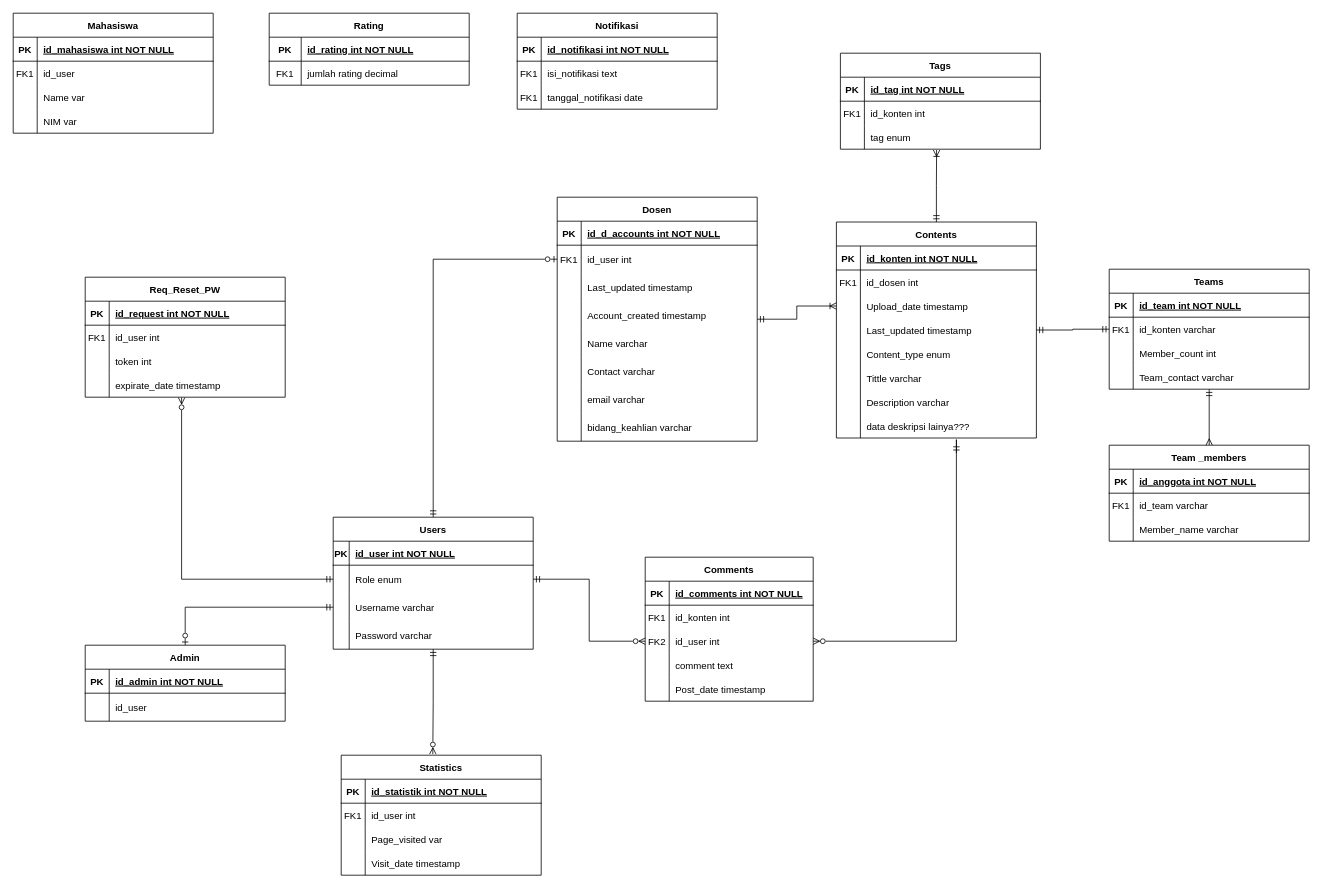
Iknip26/PAD_portofolio_TA keeps this draw.io diagram as Untitled Diagram.drawio. Above is the earlier version. Source tidied: cells renumbered, new cells numbered last; positions are measured from the earlier drawing's top-left corner, leaving out a move shared by most shapes. Both pictures are drawn from the tidied source at 80%, with x=0, y=0 at pixel (13, 13).
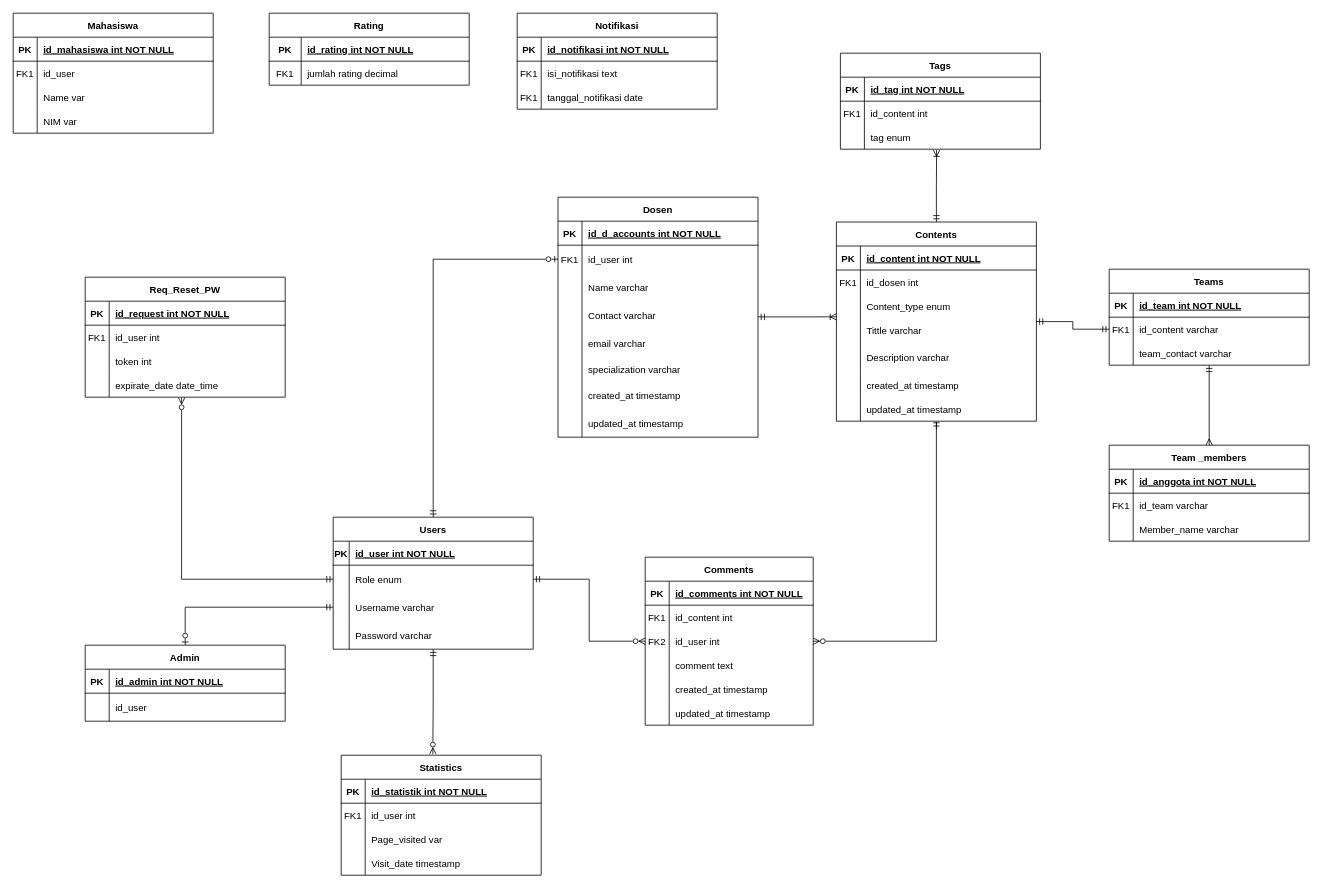
The same page after the edit.

The change refers to these unchanged cells:
```xml
<mxCell id="5" style="shape=partialRectangle;fillColor=none;top=0;left=0;right=0;bottom=1;" parent="4" vertex="1">
  <mxGeometry y="30" width="250" height="30" as="geometry" />
</mxCell>
<mxCell id="34" style="shape=partialRectangle;fillColor=none;top=0;left=0;right=0;bottom=0;" parent="30" vertex="1">
  <mxGeometry y="60" width="210" height="30" as="geometry" />
</mxCell>
<mxCell id="37" style="shape=partialRectangle;fillColor=none;points=[[0,0.5],[1,0.5]];portConstraint=eastwest;top=0;left=0;right=0;bottom=0;" parent="30" vertex="1">
  <mxGeometry y="90" width="210" height="30" as="geometry" />
</mxCell>
<mxCell id="43" style="shape=partialRectangle;fillColor=none;top=0;left=0;right=0;bottom=0;" parent="30" vertex="1">
  <mxGeometry y="150" width="210" height="30" as="geometry" />
</mxCell>
<mxCell id="74" style="shape=partialRectangle;fillColor=none;points=[[0,0.5],[1,0.5]];portConstraint=eastwest;top=0;left=0;right=0;bottom=0;" parent="70" vertex="1">
  <mxGeometry y="60" width="250" height="30" as="geometry" />
</mxCell>
<mxCell id="126" style="shape=partialRectangle;fillColor=none;points=[[0,0.5],[1,0.5]];portConstraint=eastwest;top=0;left=0;right=0;bottom=0;" parent="116" vertex="1">
  <mxGeometry y="120" width="250" height="30" as="geometry" />
</mxCell>
<mxCell id="166" style="shape=partialRectangle;fillColor=none;top=0;left=0;right=0;bottom=0;" parent="162" vertex="1">
  <mxGeometry y="60" width="250" height="30" as="geometry" />
</mxCell>
```

What changed in the source:
```diff
@@
     <mxCell id="4" value="Contents" style="shape=table;startSize=30;childLayout=tableLayout;rowLines=0;fontStyle=1;align=center;" parent="1" vertex="1">
-      <mxGeometry x="1029" y="261" width="250" height="270" as="geometry" />
+      <mxGeometry x="1029" y="261" width="250" height="249" as="geometry" />
     </mxCell>
@@
-    <mxCell id="7" value="id_konten int NOT NULL " style="shape=partialRectangle;overflow=hidden;fillColor=none;top=0;left=0;bottom=0;right=0;align=left;spacingLeft=6;fontStyle=5;" parent="5" vertex="1">
+    <mxCell id="7" value="id_content int NOT NULL " style="shape=partialRectangle;overflow=hidden;fillColor=none;top=0;left=0;bottom=0;right=0;align=left;spacingLeft=6;fontStyle=5;" parent="5" vertex="1">
       <mxGeometry x="30" width="220" height="30" as="geometry" />
     </mxCell>
@@
-    <mxCell id="11" style="shape=partialRectangle;fillColor=none;points=[[0,0.5],[1,0.5]];portConstraint=eastwest;top=0;left=0;right=0;bottom=0;" parent="4" vertex="1">
-      <mxGeometry y="90" width="250" height="30" as="geometry" />
-    </mxCell>
-    <mxCell id="12" style="shape=partialRectangle;overflow=hidden;fillColor=none;top=0;left=0;bottom=0;right=0;" parent="11" vertex="1">
-      <mxGeometry width="30" height="30" as="geometry" />
-    </mxCell>
-    <mxCell id="13" value="Upload_date timestamp" style="shape=partialRectangle;overflow=hidden;fillColor=none;top=0;left=0;bottom=0;right=0;align=left;spacingLeft=6;" parent="11" vertex="1">
-      <mxGeometry x="30" width="220" height="30" as="geometry" />
-    </mxCell>
-    <mxCell id="14" style="shape=partialRectangle;fillColor=none;top=0;left=0;right=0;bottom=0;" parent="4" vertex="1">
-      <mxGeometry y="120" width="250" height="30" as="geometry" />
-    </mxCell>
-    <mxCell id="15" style="shape=partialRectangle;overflow=hidden;fillColor=none;top=0;left=0;bottom=0;right=0;" parent="14" vertex="1">
-      <mxGeometry width="30" height="30" as="geometry" />
-    </mxCell>
-    <mxCell id="16" value="Last_updated timestamp" style="shape=partialRectangle;overflow=hidden;fillColor=none;top=0;left=0;bottom=0;right=0;align=left;spacingLeft=6;" parent="14" vertex="1">
-      <mxGeometry x="30" width="220" height="30" as="geometry" />
-    </mxCell>
     <mxCell id="17" style="shape=partialRectangle;fillColor=none;points=[[0,0.5],[1,0.5]];portConstraint=eastwest;top=0;left=0;right=0;bottom=0;" parent="4" vertex="1">
-      <mxGeometry y="150" width="250" height="30" as="geometry" />
+      <mxGeometry y="90" width="250" height="30" as="geometry" />
     </mxCell>
@@
     <mxCell id="20" style="shape=partialRectangle;fillColor=none;top=0;left=0;right=0;bottom=0;" parent="4" vertex="1">
-      <mxGeometry y="180" width="250" height="30" as="geometry" />
+      <mxGeometry y="120" width="250" height="30" as="geometry" />
     </mxCell>
@@
     <mxCell id="23" style="shape=partialRectangle;fillColor=none;top=0;left=0;right=0;bottom=0;" parent="4" vertex="1">
-      <mxGeometry y="210" width="250" height="30" as="geometry" />
+      <mxGeometry y="150" width="250" height="39" as="geometry" />
     </mxCell>
     <mxCell id="24" style="shape=partialRectangle;overflow=hidden;fillColor=none;top=0;left=0;bottom=0;right=0;" parent="23" vertex="1">
-      <mxGeometry width="30" height="30" as="geometry" />
+      <mxGeometry width="30" height="39" as="geometry" />
     </mxCell>
     <mxCell id="25" value="Description varchar" style="shape=partialRectangle;overflow=hidden;fillColor=none;top=0;left=0;bottom=0;right=0;align=left;spacingLeft=6;" parent="23" vertex="1">
-      <mxGeometry x="30" width="220" height="30" as="geometry" />
+      <mxGeometry x="30" width="220" height="39" as="geometry" />
     </mxCell>
-    <mxCell id="26" style="shape=partialRectangle;fillColor=none;top=0;left=0;right=0;bottom=0;" parent="4" vertex="1">
-      <mxGeometry y="240" width="250" height="30" as="geometry" />
-    </mxCell>
-    <mxCell id="27" style="shape=partialRectangle;overflow=hidden;fillColor=none;top=0;left=0;bottom=0;right=0;" parent="26" vertex="1">
-      <mxGeometry width="30" height="30" as="geometry" />
-    </mxCell>
-    <mxCell id="28" value="data deskripsi lainya???" style="shape=partialRectangle;overflow=hidden;fillColor=none;top=0;left=0;bottom=0;right=0;align=left;spacingLeft=6;" parent="26" vertex="1">
-      <mxGeometry x="30" width="220" height="30" as="geometry" />
-    </mxCell>
+    <mxCell id="11" style="shape=partialRectangle;fillColor=none;points=[[0,0.5],[1,0.5]];portConstraint=eastwest;top=0;left=0;right=0;bottom=0;" parent="4" vertex="1">
+      <mxGeometry y="189" width="250" height="30" as="geometry" />
+    </mxCell>
+    <mxCell id="12" style="shape=partialRectangle;overflow=hidden;fillColor=none;top=0;left=0;bottom=0;right=0;" parent="11" vertex="1">
+      <mxGeometry width="30" height="30" as="geometry" />
+    </mxCell>
+    <mxCell id="13" value="created_at timestamp" style="shape=partialRectangle;overflow=hidden;fillColor=none;top=0;left=0;bottom=0;right=0;align=left;spacingLeft=6;" parent="11" vertex="1">
+      <mxGeometry x="30" width="220" height="30" as="geometry" />
+    </mxCell>
+    <mxCell id="14" style="shape=partialRectangle;fillColor=none;top=0;left=0;right=0;bottom=0;" parent="4" vertex="1">
+      <mxGeometry y="219" width="250" height="30" as="geometry" />
+    </mxCell>
+    <mxCell id="15" style="shape=partialRectangle;overflow=hidden;fillColor=none;top=0;left=0;bottom=0;right=0;" parent="14" vertex="1">
+      <mxGeometry width="30" height="30" as="geometry" />
+    </mxCell>
+    <mxCell id="16" value="updated_at timestamp" style="shape=partialRectangle;overflow=hidden;fillColor=none;top=0;left=0;bottom=0;right=0;align=left;spacingLeft=6;" parent="14" vertex="1">
+      <mxGeometry x="30" width="220" height="30" as="geometry" />
+    </mxCell>
     <mxCell id="29" style="edgeStyle=orthogonalEdgeStyle;rounded=0;jettySize=auto;html=1;exitX=1;exitY=0.5;exitDx=0;exitDy=0;startArrow=ERzeroToMany;startFill=0;endArrow=ERmandOne;endFill=0;" parent="1" edge="1" source="37">
       <mxGeometry relative="1" as="geometry">
-        <mxPoint x="1179" y="550" as="targetPoint" />
+        <mxPoint x="1154" y="520" as="targetPoint" />
         <Array as="points">
-          <mxPoint x="1179" y="785" />
-          <mxPoint x="1179" y="533" />
+          <mxPoint x="1154" y="785" />
+          <mxPoint x="1154" y="511" />
         </Array>
       </mxGeometry>
     </mxCell>
     <mxCell id="30" value="Comments" style="shape=table;startSize=30;childLayout=tableLayout;rowLines=0;fontStyle=1;align=center;" parent="1" vertex="1">
-      <mxGeometry x="790" y="680" width="210" height="180" as="geometry" />
+      <mxGeometry x="790" y="680" width="210" height="210" as="geometry" />
     </mxCell>
@@
-    <mxCell id="36" value="id_konten int" style="shape=partialRectangle;overflow=hidden;fillColor=none;top=0;left=0;bottom=0;right=0;align=left;spacingLeft=6;" parent="34" vertex="1">
+    <mxCell id="36" value="id_content int" style="shape=partialRectangle;overflow=hidden;fillColor=none;top=0;left=0;bottom=0;right=0;align=left;spacingLeft=6;" parent="34" vertex="1">
       <mxGeometry x="30" width="180" height="30" as="geometry" />
     </mxCell>
@@
-    <mxCell id="45" value="Post_date timestamp" style="shape=partialRectangle;overflow=hidden;fillColor=none;top=0;left=0;bottom=0;right=0;align=left;spacingLeft=6;" parent="43" vertex="1">
+    <mxCell id="45" value="created_at timestamp" style="shape=partialRectangle;overflow=hidden;fillColor=none;top=0;left=0;bottom=0;right=0;align=left;spacingLeft=6;" parent="43" vertex="1">
       <mxGeometry x="30" width="180" height="30" as="geometry" />
     </mxCell>
+    <mxCell id="187" style="shape=partialRectangle;fillColor=none;top=0;left=0;right=0;bottom=0;" parent="30" vertex="1">
+      <mxGeometry y="180" width="210" height="30" as="geometry" />
+    </mxCell>
+    <mxCell id="188" style="shape=partialRectangle;overflow=hidden;fillColor=none;top=0;left=0;bottom=0;right=0;" parent="187" vertex="1">
+      <mxGeometry width="30" height="30" as="geometry" />
+    </mxCell>
+    <mxCell id="189" value="updated_at timestamp" style="shape=partialRectangle;overflow=hidden;fillColor=none;top=0;left=0;bottom=0;right=0;align=left;spacingLeft=6;" parent="187" vertex="1">
+      <mxGeometry x="30" width="180" height="30" as="geometry" />
+    </mxCell>
@@
     <mxCell id="70" value="Teams" style="shape=table;startSize=30;childLayout=tableLayout;rowLines=0;fontStyle=1;align=center;" parent="1" vertex="1">
-      <mxGeometry x="1370" y="320" width="250" height="150" as="geometry" />
+      <mxGeometry x="1370" y="320" width="250" height="120" as="geometry" />
     </mxCell>
@@
-    <mxCell id="76" value="id_konten varchar" style="shape=partialRectangle;overflow=hidden;fillColor=none;top=0;left=0;bottom=0;right=0;align=left;spacingLeft=6;" parent="74" vertex="1">
+    <mxCell id="76" value="id_content varchar" style="shape=partialRectangle;overflow=hidden;fillColor=none;top=0;left=0;bottom=0;right=0;align=left;spacingLeft=6;" parent="74" vertex="1">
       <mxGeometry x="30" width="220" height="30" as="geometry" />
     </mxCell>
-    <mxCell id="77" style="shape=partialRectangle;fillColor=none;top=0;left=0;right=0;bottom=0;" parent="70" vertex="1">
-      <mxGeometry y="90" width="250" height="30" as="geometry" />
-    </mxCell>
-    <mxCell id="78" style="shape=partialRectangle;overflow=hidden;fillColor=none;top=0;left=0;bottom=0;right=0;" parent="77" vertex="1">
-      <mxGeometry width="30" height="30" as="geometry" />
-    </mxCell>
-    <mxCell id="79" value="Member_count int" style="shape=partialRectangle;overflow=hidden;fillColor=none;top=0;left=0;bottom=0;right=0;align=left;spacingLeft=6;" parent="77" vertex="1">
-      <mxGeometry x="30" width="220" height="30" as="geometry" />
-    </mxCell>
     <mxCell id="80" style="shape=partialRectangle;fillColor=none;top=0;left=0;right=0;bottom=0;" parent="70" vertex="1">
-      <mxGeometry y="120" width="250" height="30" as="geometry" />
+      <mxGeometry y="90" width="250" height="30" as="geometry" />
     </mxCell>
@@
-    <mxCell id="82" value="Team_contact varchar" style="shape=partialRectangle;overflow=hidden;fillColor=none;top=0;left=0;bottom=0;right=0;align=left;spacingLeft=6;" parent="80" vertex="1">
+    <mxCell id="82" value="team_contact varchar" style="shape=partialRectangle;overflow=hidden;fillColor=none;top=0;left=0;bottom=0;right=0;align=left;spacingLeft=6;" parent="80" vertex="1">
       <mxGeometry x="30" width="220" height="30" as="geometry" />
     </mxCell>
@@
-    <mxCell id="128" value="expirate_date timestamp" style="shape=partialRectangle;overflow=hidden;fillColor=none;top=0;left=0;bottom=0;right=0;align=left;spacingLeft=6;" parent="126" vertex="1">
+    <mxCell id="128" value="expirate_date date_time" style="shape=partialRectangle;overflow=hidden;fillColor=none;top=0;left=0;bottom=0;right=0;align=left;spacingLeft=6;" parent="126" vertex="1">
       <mxGeometry x="30" width="220" height="30" as="geometry" />
     </mxCell>
-    <mxCell id="129" style="edgeStyle=orthogonalEdgeStyle;rounded=0;jettySize=auto;html=1;entryX=0;entryY=0.5;entryDx=0;entryDy=0;endArrow=ERoneToMany;endFill=0;startArrow=ERmandOne;startFill=0;" parent="1" edge="1" source="130" target="11">
-      <mxGeometry relative="1" as="geometry" />
+    <mxCell id="129" style="edgeStyle=orthogonalEdgeStyle;rounded=0;jettySize=auto;html=1;endArrow=ERoneToMany;endFill=0;startArrow=ERmandOne;startFill=0;entryX=0.001;entryY=0.952;entryDx=0;entryDy=0;entryPerimeter=0;" parent="1" edge="1" source="130" target="17">
+      <mxGeometry relative="1" as="geometry">
+        <Array as="points">
+          <mxPoint x="1000" y="380" />
+        </Array>
+      </mxGeometry>
     </mxCell>
     <mxCell id="130" value="Dosen" style="shape=table;startSize=30;childLayout=tableLayout;rowLines=0;fontStyle=1;align=center;" parent="1" vertex="1">
-      <mxGeometry x="680" y="230" width="250" height="305" as="geometry" />
+      <mxGeometry x="681" y="230" width="250" height="300" as="geometry" />
     </mxCell>
@@
-    <mxCell id="137" style="shape=partialRectangle;fillColor=none;top=0;left=0;right=0;bottom=0;" parent="130" vertex="1">
-      <mxGeometry y="95" width="250" height="35" as="geometry" />
-    </mxCell>
-    <mxCell id="138" style="shape=partialRectangle;overflow=hidden;fillColor=none;top=0;left=0;bottom=0;right=0;" parent="137" vertex="1">
-      <mxGeometry width="30" height="35" as="geometry" />
-    </mxCell>
-    <mxCell id="139" value="Last_updated timestamp" style="shape=partialRectangle;overflow=hidden;fillColor=none;top=0;left=0;bottom=0;right=0;align=left;spacingLeft=6;" parent="137" vertex="1">
-      <mxGeometry x="30" width="220" height="35" as="geometry" />
-    </mxCell>
-    <mxCell id="140" style="shape=partialRectangle;fillColor=none;top=0;left=0;right=0;bottom=0;" parent="130" vertex="1">
-      <mxGeometry y="130" width="250" height="35" as="geometry" />
-    </mxCell>
-    <mxCell id="141" style="shape=partialRectangle;overflow=hidden;fillColor=none;top=0;left=0;bottom=0;right=0;" parent="140" vertex="1">
-      <mxGeometry width="30" height="35" as="geometry" />
-    </mxCell>
-    <mxCell id="142" value="Account_created timestamp" style="shape=partialRectangle;overflow=hidden;fillColor=none;top=0;left=0;bottom=0;right=0;align=left;spacingLeft=6;" parent="140" vertex="1">
-      <mxGeometry x="30" width="220" height="35" as="geometry" />
-    </mxCell>
     <mxCell id="143" style="shape=partialRectangle;fillColor=none;top=0;left=0;right=0;bottom=0;" parent="130" vertex="1">
-      <mxGeometry y="165" width="250" height="35" as="geometry" />
+      <mxGeometry y="95" width="250" height="35" as="geometry" />
     </mxCell>
@@
     <mxCell id="146" style="shape=partialRectangle;fillColor=none;top=0;left=0;right=0;bottom=0;" parent="130" vertex="1">
-      <mxGeometry y="200" width="250" height="35" as="geometry" />
+      <mxGeometry y="130" width="250" height="35" as="geometry" />
     </mxCell>
@@
     <mxCell id="149" style="shape=partialRectangle;fillColor=none;top=0;left=0;right=0;bottom=0;" parent="130" vertex="1">
-      <mxGeometry y="235" width="250" height="35" as="geometry" />
+      <mxGeometry y="165" width="250" height="35" as="geometry" />
     </mxCell>
@@
     <mxCell id="152" style="shape=partialRectangle;fillColor=none;top=0;left=0;right=0;bottom=0;" parent="130" vertex="1">
-      <mxGeometry y="270" width="250" height="35" as="geometry" />
+      <mxGeometry y="200" width="250" height="30" as="geometry" />
     </mxCell>
     <mxCell id="153" style="shape=partialRectangle;overflow=hidden;fillColor=none;top=0;left=0;bottom=0;right=0;" parent="152" vertex="1">
-      <mxGeometry width="30" height="35" as="geometry" />
+      <mxGeometry width="30" height="30" as="geometry" />
     </mxCell>
-    <mxCell id="154" value="bidang_keahlian varchar" style="shape=partialRectangle;overflow=hidden;fillColor=none;top=0;left=0;bottom=0;right=0;align=left;spacingLeft=6;" parent="152" vertex="1">
-      <mxGeometry x="30" width="220" height="35" as="geometry" />
+    <mxCell id="154" value="specialization varchar" style="shape=partialRectangle;overflow=hidden;fillColor=none;top=0;left=0;bottom=0;right=0;align=left;spacingLeft=6;" parent="152" vertex="1">
+      <mxGeometry x="30" width="220" height="30" as="geometry" />
     </mxCell>
+    <mxCell id="140" style="shape=partialRectangle;fillColor=none;top=0;left=0;right=0;bottom=0;" parent="130" vertex="1">
+      <mxGeometry y="230" width="250" height="35" as="geometry" />
+    </mxCell>
+    <mxCell id="141" style="shape=partialRectangle;overflow=hidden;fillColor=none;top=0;left=0;bottom=0;right=0;" parent="140" vertex="1">
+      <mxGeometry width="30" height="35" as="geometry" />
+    </mxCell>
+    <mxCell id="142" value="created_at timestamp" style="shape=partialRectangle;overflow=hidden;fillColor=none;top=0;left=0;bottom=0;right=0;align=left;spacingLeft=6;" parent="140" vertex="1">
+      <mxGeometry x="30" width="220" height="35" as="geometry" />
+    </mxCell>
+    <mxCell id="137" style="shape=partialRectangle;fillColor=none;top=0;left=0;right=0;bottom=0;" parent="130" vertex="1">
+      <mxGeometry y="265" width="250" height="35" as="geometry" />
+    </mxCell>
+    <mxCell id="138" style="shape=partialRectangle;overflow=hidden;fillColor=none;top=0;left=0;bottom=0;right=0;" parent="137" vertex="1">
+      <mxGeometry width="30" height="35" as="geometry" />
+    </mxCell>
+    <mxCell id="139" value="updated_at timestamp" style="shape=partialRectangle;overflow=hidden;fillColor=none;top=0;left=0;bottom=0;right=0;align=left;spacingLeft=6;" parent="137" vertex="1">
+      <mxGeometry x="30" width="220" height="35" as="geometry" />
+    </mxCell>
@@
-    <mxCell id="168" value="id_konten int" style="shape=partialRectangle;overflow=hidden;fillColor=none;top=0;left=0;bottom=0;right=0;align=left;spacingLeft=6;" parent="166" vertex="1">
+    <mxCell id="168" value="id_content int" style="shape=partialRectangle;overflow=hidden;fillColor=none;top=0;left=0;bottom=0;right=0;align=left;spacingLeft=6;" parent="166" vertex="1">
       <mxGeometry x="30" width="220" height="30" as="geometry" />
     </mxCell>
```
